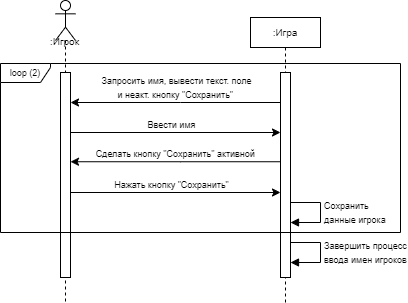
Before: images/lab3_pr1.png, a diagram exported from draw.io (katefomkina/sea-battle). Source tidied: cells renumbered, new cells last; positions are measured from the earlier drawing's top-left corner, leaving out a move shared by most shapes.
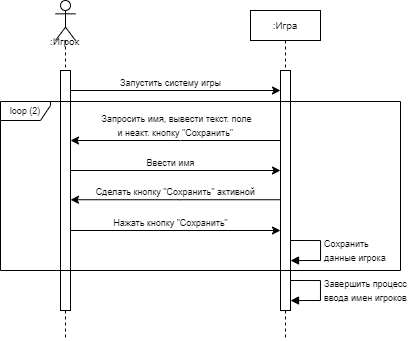
Later version of the same file.

What changed in the source:
```diff
@@ -3,19 +3,19 @@
     <mxCell id="0" />
     <mxCell id="1" parent="0" />
     <mxCell id="2" style="shape=umlLifeline;perimeter=lifelinePerimeter;whiteSpace=wrap;html=1;newEdgeStyle={&quot;curved&quot;:0,&quot;rounded&quot;:0};participant=umlActor;" parent="1" vertex="1">
-      <mxGeometry x="55" width="20" height="302" as="geometry" />
+      <mxGeometry x="55" y="-38" width="20" height="340" as="geometry" />
     </mxCell>
     <mxCell id="3" style="html=1;perimeter=orthogonalPerimeter;targetShapes=umlLifeline;newEdgeStyle={&quot;curved&quot;:0,&quot;rounded&quot;:0};" parent="2" vertex="1">
-      <mxGeometry x="5" y="72" width="10" height="205" as="geometry" />
+      <mxGeometry x="5" y="70" width="10" height="240" as="geometry" />
     </mxCell>
     <mxCell id="4" value="&lt;font style=&quot;font-size: 10px;&quot;&gt;:Игра&lt;/font&gt;" style="shape=umlLifeline;perimeter=lifelinePerimeter;whiteSpace=wrap;html=1;newEdgeStyle={&quot;curved&quot;:0,&quot;rounded&quot;:0};size=30;" parent="1" vertex="1">
-      <mxGeometry x="250" y="17" width="70" height="285" as="geometry" />
+      <mxGeometry x="250" y="-28" width="70" height="330" as="geometry" />
     </mxCell>
     <mxCell id="5" style="html=1;perimeter=orthogonalPerimeter;targetShapes=umlLifeline;newEdgeStyle={&quot;curved&quot;:0,&quot;rounded&quot;:0};" parent="4" vertex="1">
-      <mxGeometry x="30" y="55" width="10" height="205" as="geometry" />
+      <mxGeometry x="30" y="60" width="10" height="240" as="geometry" />
     </mxCell>
     <mxCell id="6" value="&lt;font style=&quot;font-size: 10px;&quot;&gt;:Игрок&lt;/font&gt;" style="text;html=1;align=center;verticalAlign=middle;strokeColor=none;fillColor=none;" parent="1" vertex="1">
-      <mxGeometry x="39" y="26" width="50" height="30" as="geometry" />
+      <mxGeometry x="39" y="-12" width="50" height="30" as="geometry" />
     </mxCell>
     <mxCell id="7" style="endArrow=classic;html=1;rounded=0;" parent="1" edge="1">
       <mxGeometry relative="1" as="geometry">
@@ -92,5 +92,16 @@
         </Array>
       </mxGeometry>
     </mxCell>
+    <mxCell id="18" style="endArrow=classic;html=1;rounded=0;" parent="1" edge="1">
+      <mxGeometry relative="1" as="geometry">
+        <mxPoint x="70" y="52" as="sourcePoint" />
+        <mxPoint x="280" y="52" as="targetPoint" />
+      </mxGeometry>
+    </mxCell>
+    <mxCell id="19" value="&lt;font style=&quot;font-size: 9px;&quot;&gt;Запустить систему игры&lt;/font&gt;" style="edgeLabel;html=1;align=center;verticalAlign=middle;" parent="18" vertex="1">
+      <mxGeometry x="0.17" y="1" relative="1" as="geometry">
+        <mxPoint x="-23" y="-7" as="offset" />
+      </mxGeometry>
+    </mxCell>
   </root>
 </mxGraphModel>
```
